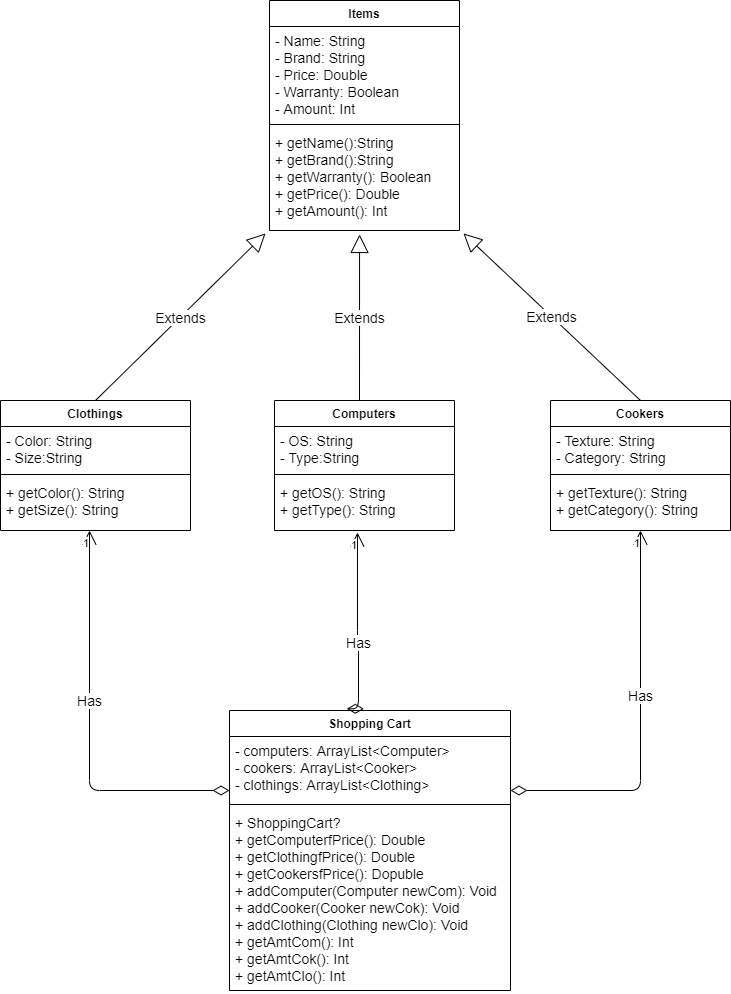
SACHSTech/oop-assignment-ZyaireSchool keeps this draw.io diagram as Diagram.png. Above is the earlier version. Source tidied: cells renumbered, new cells last; positions are measured from the earlier drawing's top-left corner, leaving out a move shared by most shapes. Its diagram source:
```xml
<mxGraphModel>
  <root>
    <mxCell id="0" />
    <mxCell id="1" parent="0" />
    <mxCell id="2" value="Items" style="swimlane;fontStyle=1;align=center;verticalAlign=top;horizontal=1;startSize=26;" parent="1" vertex="1">
      <mxGeometry x="269" width="190" height="230" as="geometry" />
    </mxCell>
    <mxCell id="3" value="- Name: String&#10;- Brand: String&#10;- Price: Double&#10;- Warranty: Boolean&#10;- Amount: Int" style="text;strokeColor=none;fillColor=none;align=left;verticalAlign=top;spacingLeft=4;spacingRight=4;overflow=hidden;fontSize=14;" parent="2" vertex="1">
      <mxGeometry y="26" width="190" height="94" as="geometry" />
    </mxCell>
    <mxCell id="4" style="line;strokeWidth=1;fillColor=none;align=left;verticalAlign=middle;spacingTop=-1;spacingLeft=3;spacingRight=3;labelPosition=right;" parent="2" vertex="1">
      <mxGeometry y="120" width="190" height="8" as="geometry" />
    </mxCell>
    <mxCell id="5" value="+ getName():String&#10;+ getBrand():String&#10;+ getWarranty(): Boolean&#10;+ getPrice(): Double&#10;+ getAmount(): Int" style="text;strokeColor=none;fillColor=none;align=left;verticalAlign=top;spacingLeft=4;spacingRight=4;overflow=hidden;points=[[0,0.5],[1,0.5]];portConstraint=eastwest;fontSize=14;" parent="2" vertex="1">
      <mxGeometry y="128" width="190" height="102" as="geometry" />
    </mxCell>
    <mxCell id="6" value="Clothings" style="swimlane;fontStyle=1;align=center;verticalAlign=top;horizontal=1;startSize=26;" parent="1" vertex="1">
      <mxGeometry y="400" width="190" height="130" as="geometry" />
    </mxCell>
    <mxCell id="7" value="- Color: String&#10;- Size:String" style="text;strokeColor=none;fillColor=none;align=left;verticalAlign=top;spacingLeft=4;spacingRight=4;overflow=hidden;fontSize=14;" parent="6" vertex="1">
      <mxGeometry y="26" width="190" height="44" as="geometry" />
    </mxCell>
    <mxCell id="8" style="line;strokeWidth=1;fillColor=none;align=left;verticalAlign=middle;spacingTop=-1;spacingLeft=3;spacingRight=3;labelPosition=right;" parent="6" vertex="1">
      <mxGeometry y="70" width="190" height="8" as="geometry" />
    </mxCell>
    <mxCell id="9" value="+ getColor(): String&#10;+ getSize(): String" style="text;strokeColor=none;fillColor=none;align=left;verticalAlign=top;spacingLeft=4;spacingRight=4;overflow=hidden;fontSize=14;" parent="6" vertex="1">
      <mxGeometry y="78" width="190" height="52" as="geometry" />
    </mxCell>
    <mxCell id="10" value="Computers" style="swimlane;fontStyle=1;align=center;verticalAlign=top;horizontal=1;startSize=26;" parent="1" vertex="1">
      <mxGeometry x="274" y="400" width="180" height="130" as="geometry" />
    </mxCell>
    <mxCell id="11" value="- OS: String&#10;- Type:String" style="text;strokeColor=none;fillColor=none;align=left;verticalAlign=top;spacingLeft=4;spacingRight=4;overflow=hidden;fontSize=14;" parent="10" vertex="1">
      <mxGeometry y="26" width="180" height="44" as="geometry" />
    </mxCell>
    <mxCell id="12" style="line;strokeWidth=1;fillColor=none;align=left;verticalAlign=middle;spacingTop=-1;spacingLeft=3;spacingRight=3;labelPosition=right;" parent="10" vertex="1">
      <mxGeometry y="70" width="180" height="8" as="geometry" />
    </mxCell>
    <mxCell id="13" value="+ getOS(): String&#10;+ getType(): String" style="text;strokeColor=none;fillColor=none;align=left;verticalAlign=top;spacingLeft=4;spacingRight=4;overflow=hidden;points=[[0,0.5],[1,0.5]];portConstraint=eastwest;fontSize=14;" parent="10" vertex="1">
      <mxGeometry y="78" width="180" height="52" as="geometry" />
    </mxCell>
    <mxCell id="14" value="Cookers" style="swimlane;fontStyle=1;align=center;verticalAlign=top;horizontal=1;startSize=26;" parent="1" vertex="1">
      <mxGeometry x="550" y="400" width="180" height="130" as="geometry" />
    </mxCell>
    <mxCell id="15" value="- Texture: String&#10;- Category: String" style="text;strokeColor=none;fillColor=none;align=left;verticalAlign=top;spacingLeft=4;spacingRight=4;overflow=hidden;fontSize=14;" parent="14" vertex="1">
      <mxGeometry y="26" width="180" height="44" as="geometry" />
    </mxCell>
    <mxCell id="16" style="line;strokeWidth=1;fillColor=none;align=left;verticalAlign=middle;spacingTop=-1;spacingLeft=3;spacingRight=3;labelPosition=right;" parent="14" vertex="1">
      <mxGeometry y="70" width="180" height="8" as="geometry" />
    </mxCell>
    <mxCell id="17" value="+ getTexture(): String&#10;+ getCategory(): String" style="text;strokeColor=none;fillColor=none;align=left;verticalAlign=top;spacingLeft=4;spacingRight=4;overflow=hidden;points=[[0,0.5],[1,0.5]];portConstraint=eastwest;fontSize=14;" parent="14" vertex="1">
      <mxGeometry y="78" width="180" height="52" as="geometry" />
    </mxCell>
    <mxCell id="18" value="Shopping Cart" style="swimlane;fontStyle=1;align=center;verticalAlign=top;horizontal=1;startSize=26;" parent="1" vertex="1">
      <mxGeometry x="229" y="710" width="281" height="280" as="geometry" />
    </mxCell>
    <mxCell id="19" value="- computers: ArrayList&lt;Computer&gt;&#10;- cookers: ArrayList&lt;Cooker&gt;&#10;- clothings: ArrayList&lt;Clothing&gt;&#10;" style="text;strokeColor=none;fillColor=none;align=left;verticalAlign=top;spacingLeft=4;spacingRight=4;overflow=hidden;fontSize=14;" parent="18" vertex="1">
      <mxGeometry y="26" width="281" height="64" as="geometry" />
    </mxCell>
    <mxCell id="20" style="line;strokeWidth=1;fillColor=none;align=left;verticalAlign=middle;spacingTop=-1;spacingLeft=3;spacingRight=3;labelPosition=right;" parent="18" vertex="1">
      <mxGeometry y="90" width="281" height="8" as="geometry" />
    </mxCell>
    <mxCell id="21" value="+ ShoppingCart?&#10;+ getComputerfPrice(): Double&#10;+ getClothingfPrice(): Double&#10;+ getCookersfPrice(): Dopuble&#10;+ addComputer(Computer newCom): Void&#10;+ addCooker(Cooker newCok): Void&#10;+ addClothing(Clothing newClo): Void&#10;+ getAmtCom(): Int&#10;+ getAmtCok(): Int&#10;+ getAmtClo(): Int&#10;" style="text;strokeColor=none;fillColor=none;align=left;verticalAlign=top;spacingLeft=4;spacingRight=4;overflow=hidden;fontSize=14;" parent="18" vertex="1">
      <mxGeometry y="98" width="281" height="182" as="geometry" />
    </mxCell>
    <mxCell id="22" value="Has" style="endArrow=open;html=1;endSize=12;startArrow=diamondThin;startSize=14;startFill=0;edgeStyle=orthogonalEdgeStyle;fontSize=14;" parent="1" edge="1">
      <mxGeometry x="0.15" relative="1" as="geometry">
        <mxPoint x="229" y="790" as="sourcePoint" />
        <mxPoint x="89" y="530" as="targetPoint" />
        <Array as="points">
          <mxPoint x="89" y="790" />
        </Array>
      </mxGeometry>
    </mxCell>
    <mxCell id="23" value="1" style="edgeLabel;html=1;align=right;verticalAlign=top;" parent="22" vertex="1">
      <mxGeometry x="1" relative="1" as="geometry" />
    </mxCell>
    <mxCell id="24" value="Has" style="endArrow=open;html=1;endSize=12;startArrow=diamondThin;startSize=14;startFill=0;edgeStyle=orthogonalEdgeStyle;fontSize=14;entryX=0.5;entryY=1;entryDx=0;entryDy=0;entryPerimeter=0;" parent="1" edge="1" target="17">
      <mxGeometry x="0.15" relative="1" as="geometry">
        <mxPoint x="510" y="790" as="sourcePoint" />
        <Array as="points">
          <mxPoint x="640" y="790" />
        </Array>
      </mxGeometry>
    </mxCell>
    <mxCell id="25" value="1" style="edgeLabel;html=1;align=right;verticalAlign=top;" parent="24" vertex="1">
      <mxGeometry x="1" relative="1" as="geometry" />
    </mxCell>
    <mxCell id="26" value="Has" style="endArrow=open;html=1;endSize=12;startArrow=diamondThin;startSize=14;startFill=0;edgeStyle=orthogonalEdgeStyle;fontSize=14;exitX=0.478;exitY=-0.006;exitDx=0;exitDy=0;exitPerimeter=0;entryX=0.461;entryY=1.038;entryDx=0;entryDy=0;entryPerimeter=0;" parent="1" edge="1" source="18" target="13">
      <mxGeometry x="-0.21" relative="1" as="geometry">
        <Array as="points">
          <mxPoint x="358" y="640" />
          <mxPoint x="357" y="640" />
        </Array>
      </mxGeometry>
    </mxCell>
    <mxCell id="27" value="1" style="edgeLabel;html=1;align=right;verticalAlign=top;" parent="26" vertex="1">
      <mxGeometry x="1" relative="1" as="geometry" />
    </mxCell>
    <mxCell id="28" value="Extends" style="endArrow=block;endSize=16;endFill=0;html=1;fontSize=14;entryX=-0.021;entryY=1.029;entryDx=0;entryDy=0;entryPerimeter=0;exitX=0.5;exitY=0;exitDx=0;exitDy=0;" parent="1" edge="1" source="6" target="5">
      <mxGeometry relative="1" as="geometry" />
    </mxCell>
    <mxCell id="29" value="Extends" style="endArrow=block;endSize=16;endFill=0;html=1;fontSize=14;entryX=0.474;entryY=1.039;entryDx=0;entryDy=0;entryPerimeter=0;" parent="1" edge="1" target="5">
      <mxGeometry relative="1" as="geometry">
        <mxPoint x="359" y="400" as="sourcePoint" />
      </mxGeometry>
    </mxCell>
    <mxCell id="30" value="Extends" style="endArrow=block;endSize=16;endFill=0;html=1;fontSize=14;entryX=1.021;entryY=1.029;entryDx=0;entryDy=0;entryPerimeter=0;exitX=0.5;exitY=0;exitDx=0;exitDy=0;" parent="1" edge="1" source="14" target="5">
      <mxGeometry relative="1" as="geometry" />
    </mxCell>
  </root>
</mxGraphModel>
```
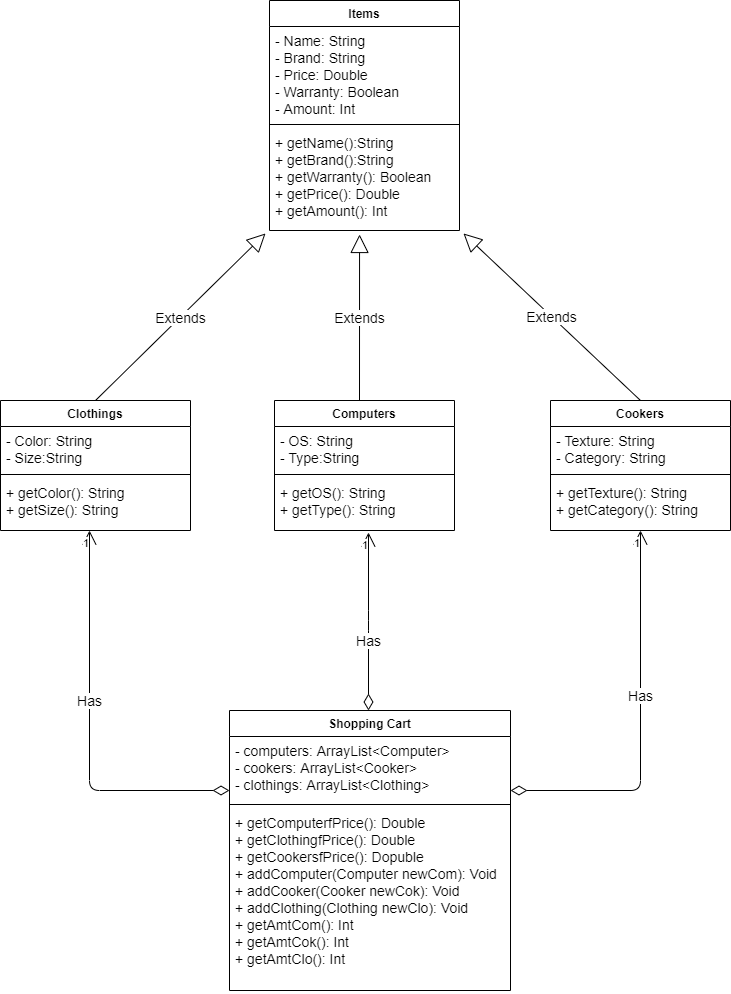
After the commit.

The edit, as a diff of the source:
```diff
@@ -59,7 +59,7 @@
     <mxCell id="20" style="line;strokeWidth=1;fillColor=none;align=left;verticalAlign=middle;spacingTop=-1;spacingLeft=3;spacingRight=3;labelPosition=right;" parent="18" vertex="1">
       <mxGeometry y="90" width="281" height="8" as="geometry" />
     </mxCell>
-    <mxCell id="21" value="+ ShoppingCart?&#10;+ getComputerfPrice(): Double&#10;+ getClothingfPrice(): Double&#10;+ getCookersfPrice(): Dopuble&#10;+ addComputer(Computer newCom): Void&#10;+ addCooker(Cooker newCok): Void&#10;+ addClothing(Clothing newClo): Void&#10;+ getAmtCom(): Int&#10;+ getAmtCok(): Int&#10;+ getAmtClo(): Int&#10;" style="text;strokeColor=none;fillColor=none;align=left;verticalAlign=top;spacingLeft=4;spacingRight=4;overflow=hidden;fontSize=14;" parent="18" vertex="1">
+    <mxCell id="21" value="+ getComputerfPrice(): Double&#10;+ getClothingfPrice(): Double&#10;+ getCookersfPrice(): Dopuble&#10;+ addComputer(Computer newCom): Void&#10;+ addCooker(Cooker newCok): Void&#10;+ addClothing(Clothing newClo): Void&#10;+ getAmtCom(): Int&#10;+ getAmtCok(): Int&#10;+ getAmtClo(): Int&#10;" style="text;strokeColor=none;fillColor=none;align=left;verticalAlign=top;spacingLeft=4;spacingRight=4;overflow=hidden;fontSize=14;" parent="18" vertex="1">
       <mxGeometry y="98" width="281" height="182" as="geometry" />
     </mxCell>
     <mxCell id="22" value="Has" style="endArrow=open;html=1;endSize=12;startArrow=diamondThin;startSize=14;startFill=0;edgeStyle=orthogonalEdgeStyle;fontSize=14;" parent="1" edge="1">
@@ -85,11 +85,12 @@
     <mxCell id="25" value="1" style="edgeLabel;html=1;align=right;verticalAlign=top;" parent="24" vertex="1">
       <mxGeometry x="1" relative="1" as="geometry" />
     </mxCell>
-    <mxCell id="26" value="Has" style="endArrow=open;html=1;endSize=12;startArrow=diamondThin;startSize=14;startFill=0;edgeStyle=orthogonalEdgeStyle;fontSize=14;exitX=0.478;exitY=-0.006;exitDx=0;exitDy=0;exitPerimeter=0;entryX=0.461;entryY=1.038;entryDx=0;entryDy=0;entryPerimeter=0;" parent="1" edge="1" source="18" target="13">
+    <mxCell id="26" value="Has" style="endArrow=open;html=1;endSize=12;startArrow=diamondThin;startSize=14;startFill=0;edgeStyle=orthogonalEdgeStyle;fontSize=14;" parent="1" edge="1" source="18">
       <mxGeometry x="-0.21" relative="1" as="geometry">
+        <mxPoint x="368" y="532" as="targetPoint" />
         <Array as="points">
-          <mxPoint x="358" y="640" />
-          <mxPoint x="357" y="640" />
+          <mxPoint x="368" y="620" />
+          <mxPoint x="368" y="620" />
         </Array>
       </mxGeometry>
     </mxCell>
```
